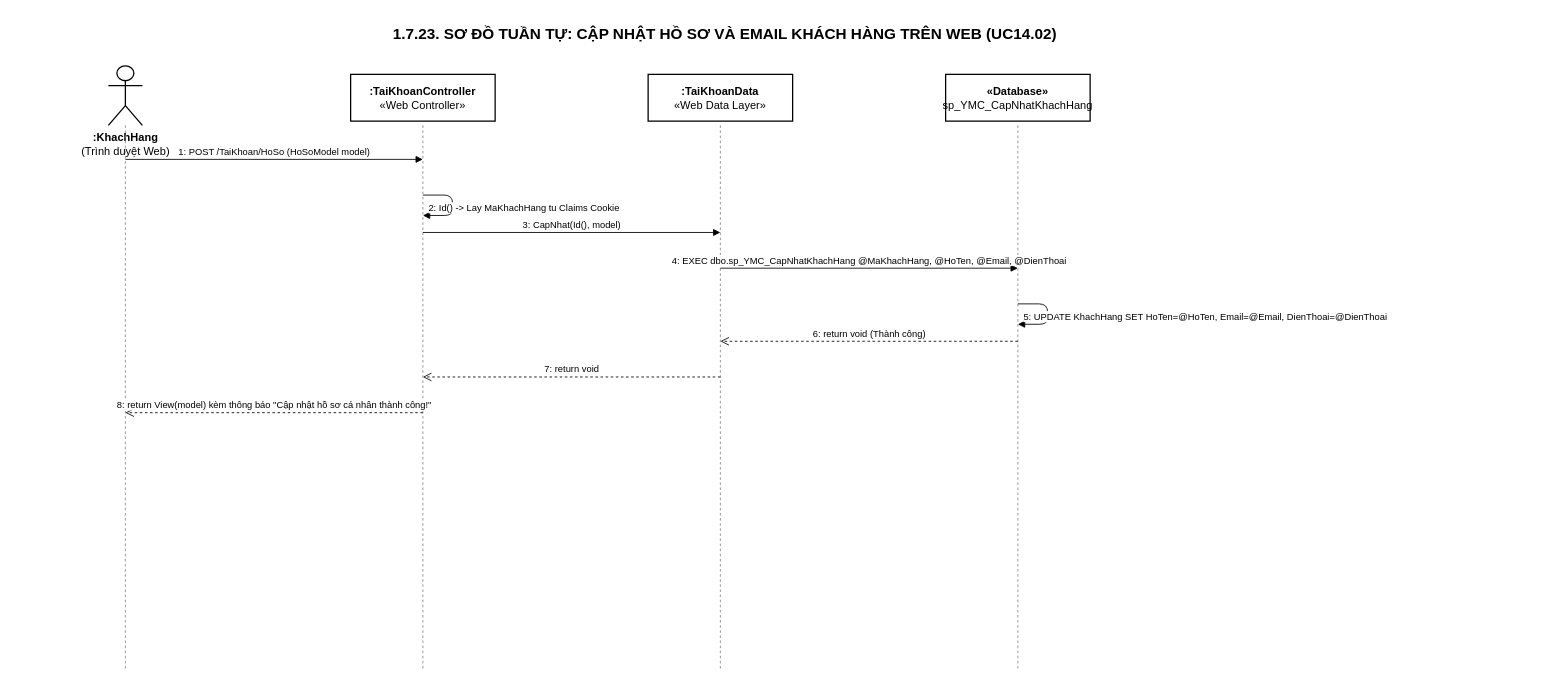
Earlier version of the draw.io diagram Docs/Diagrams/23-Sequence-23-CapNhatHoSoWeb.drawio (ThanhDat-png/YeuMinhEmCinema). Source tidied: cells renumbered, new cells numbered last; positions are measured from the earlier drawing's top-left corner, leaving out a move shared by most shapes. Both pictures are drawn from the tidied source at 85%, with x=0, y=0 at pixel (31, 19).
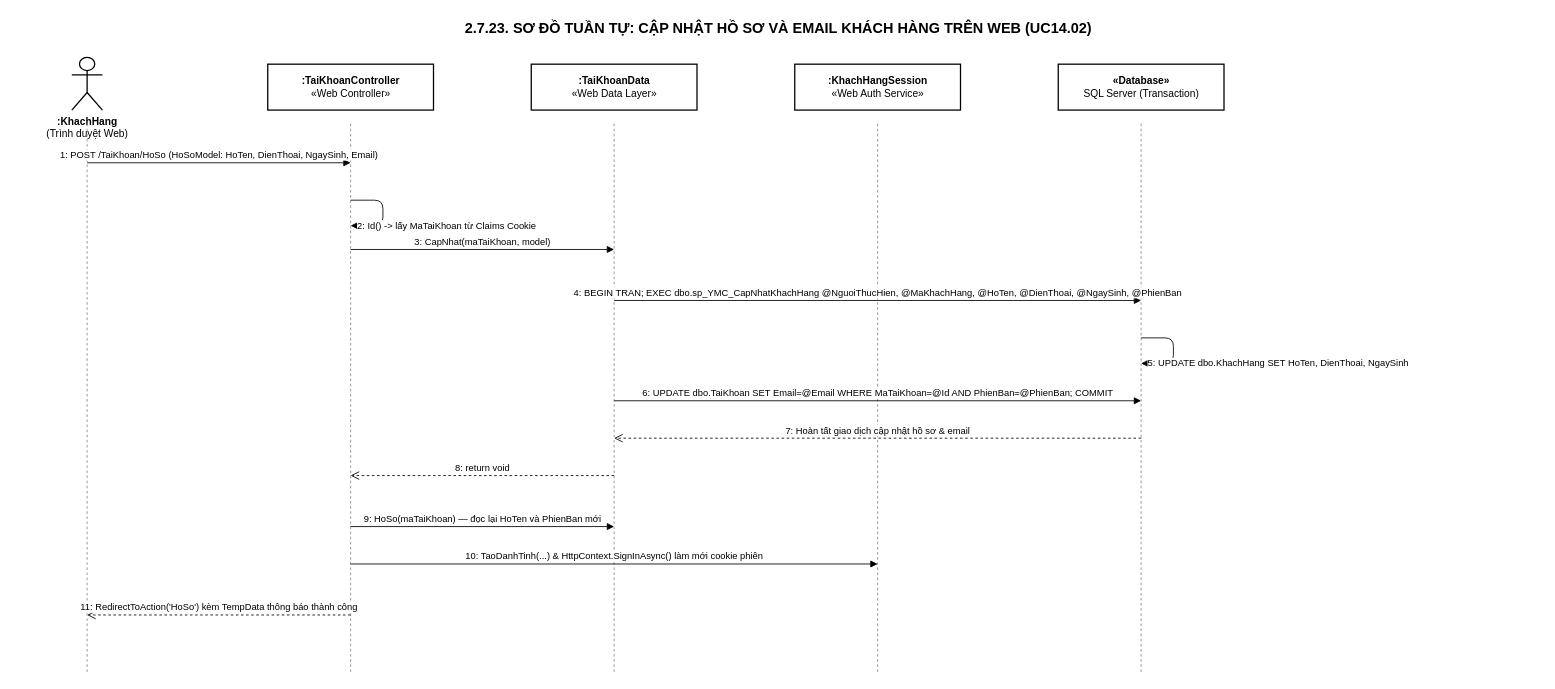
The same page after the edit.

Change to the diagram source:
```diff
@@
-    <mxCell id="2" value="1.7.23. SƠ ĐỒ TUẦN TỰ: CẬP NHẬT HỒ SƠ VÀ EMAIL KHÁCH HÀNG TRÊN WEB (UC14.02)" style="text;html=1;align=center;verticalAlign=middle;fontFamily=Arial;fontSize=18;fontStyle=1;fontColor=#000000;fillColor=none;strokeColor=none;" parent="1" vertex="1">
-      <mxGeometry width="1630" height="35" as="geometry" />
+    <mxCell id="2" value="2.7.23. SƠ ĐỒ TUẦN TỰ: CẬP NHẬT HỒ SƠ VÀ EMAIL KHÁCH HÀNG TRÊN WEB (UC14.02)" style="text;html=1;align=center;verticalAlign=middle;fontFamily=Arial;fontSize=17;fontStyle=1;fontColor=#000000;fillColor=none;strokeColor=none;" parent="1" vertex="1">
+      <mxGeometry x="-20" y="-5" width="1795" height="34" as="geometry" />
     </mxCell>
-    <mxCell id="3" value="&lt;b&gt;:KhachHang&lt;/b&gt;&lt;br&gt;(Trình duyệt Web)" style="shape=umlActor;verticalLabelPosition=bottom;verticalAlign=top;html=1;fontFamily=Arial;fontSize=13;fontColor=#000000;strokeColor=#000000;strokeWidth=1.5;fillColor=#ffffff;" parent="1" vertex="1">
-      <mxGeometry x="90" y="55" width="40" height="70" as="geometry" />
+    <mxCell id="3" value="&lt;b&gt;:KhachHang&lt;/b&gt;&lt;br&gt;(Trình duyệt Web)" style="shape=umlActor;verticalLabelPosition=bottom;verticalAlign=top;html=1;fontFamily=Arial;fontSize=12;fontColor=#000000;strokeColor=#000000;strokeWidth=1.5;fillColor=#ffffff;" parent="1" vertex="1">
+      <mxGeometry x="47" y="45" width="36" height="62" as="geometry" />
     </mxCell>
-    <mxCell id="4" style="line;strokeWidth=1;dashed=1;labelPosition=top;verticalLabelPosition=bottom;align=center;verticalAlign=top;strokeColor=#888888;direction=south;" parent="1" vertex="1">
-      <mxGeometry x="105" y="125" width="10" height="640" as="geometry" />
-    </mxCell>
+    <mxCell id="19" style="line;strokeWidth=1;dashed=1;strokeColor=#888888;direction=south;" parent="1" vertex="1">
+      <mxGeometry x="60" y="123" width="10" height="647" as="geometry" />
+    </mxCell>
-    <mxCell id="5" value="&lt;b&gt;:TaiKhoanController&lt;/b&gt;&lt;br&gt;«Web Controller»" style="rounded=0;whiteSpace=wrap;html=1;fontFamily=Arial;fontSize=13;fillColor=#ffffff;strokeColor=#000000;strokeWidth=1.5;fontColor=#000000;" parent="1" vertex="1">
-      <mxGeometry x="375" y="65" width="170" height="55" as="geometry" />
+    <mxCell id="5" value="&lt;b&gt;:TaiKhoanController&lt;/b&gt;&lt;br&gt;«Web Controller»" style="rounded=0;whiteSpace=wrap;html=1;fontFamily=Arial;fontSize=12;fillColor=#ffffff;strokeColor=#000000;strokeWidth=1.5;fontColor=#000000;" parent="1" vertex="1">
+      <mxGeometry x="277.5" y="53" width="195" height="54" as="geometry" />
     </mxCell>
-    <mxCell id="6" style="line;strokeWidth=1;dashed=1;labelPosition=top;verticalLabelPosition=bottom;align=center;verticalAlign=top;strokeColor=#888888;direction=south;" parent="1" vertex="1">
-      <mxGeometry x="455" y="125" width="10" height="640" as="geometry" />
-    </mxCell>
+    <mxCell id="20" style="line;strokeWidth=1;dashed=1;strokeColor=#888888;direction=south;" parent="1" vertex="1">
+      <mxGeometry x="370" y="123" width="10" height="647" as="geometry" />
+    </mxCell>
-    <mxCell id="7" value="&lt;b&gt;:TaiKhoanData&lt;/b&gt;&lt;br&gt;«Web Data Layer»" style="rounded=0;whiteSpace=wrap;html=1;fontFamily=Arial;fontSize=13;fillColor=#ffffff;strokeColor=#000000;strokeWidth=1.5;fontColor=#000000;" parent="1" vertex="1">
-      <mxGeometry x="725" y="65" width="170" height="55" as="geometry" />
+    <mxCell id="7" value="&lt;b&gt;:TaiKhoanData&lt;/b&gt;&lt;br&gt;«Web Data Layer»" style="rounded=0;whiteSpace=wrap;html=1;fontFamily=Arial;fontSize=12;fillColor=#ffffff;strokeColor=#000000;strokeWidth=1.5;fontColor=#000000;" parent="1" vertex="1">
+      <mxGeometry x="587.5" y="53" width="195" height="54" as="geometry" />
     </mxCell>
-    <mxCell id="8" style="line;strokeWidth=1;dashed=1;labelPosition=top;verticalLabelPosition=bottom;align=center;verticalAlign=top;strokeColor=#888888;direction=south;" parent="1" vertex="1">
-      <mxGeometry x="805" y="125" width="10" height="640" as="geometry" />
-    </mxCell>
-    <mxCell id="9" value="&lt;b&gt;«Database»&lt;/b&gt;&lt;br&gt;sp_YMC_CapNhatKhachHang" style="rounded=0;whiteSpace=wrap;html=1;fontFamily=Arial;fontSize=13;fillColor=#ffffff;strokeColor=#000000;strokeWidth=1.5;fontColor=#000000;" parent="1" vertex="1">
-      <mxGeometry x="1075" y="65" width="170" height="55" as="geometry" />
-    </mxCell>
-    <mxCell id="10" style="line;strokeWidth=1;dashed=1;labelPosition=top;verticalLabelPosition=bottom;align=center;verticalAlign=top;strokeColor=#888888;direction=south;" parent="1" vertex="1">
-      <mxGeometry x="1155" y="125" width="10" height="640" as="geometry" />
-    </mxCell>
-    <mxCell id="11" value="1: POST /TaiKhoan/HoSo (HoSoModel model)" style="html=1;verticalAlign=bottom;endArrow=block;strokeColor=#000000;fontFamily=Arial;fontSize=11;fontColor=#000000;" parent="1" edge="1">
-      <mxGeometry relative="1" as="geometry">
-        <mxPoint x="110" y="165" as="sourcePoint" />
-        <mxPoint x="460" y="165" as="targetPoint" />
-      </mxGeometry>
-    </mxCell>
+    <mxCell id="21" style="line;strokeWidth=1;dashed=1;strokeColor=#888888;direction=south;" parent="1" vertex="1">
+      <mxGeometry x="680" y="123" width="10" height="647" as="geometry" />
+    </mxCell>
+    <mxCell id="22" value="&lt;b&gt;:KhachHangSession&lt;/b&gt;&lt;br&gt;«Web Auth Service»" style="rounded=0;whiteSpace=wrap;html=1;fontFamily=Arial;fontSize=12;fillColor=#ffffff;strokeColor=#000000;strokeWidth=1.5;fontColor=#000000;" parent="1" vertex="1">
+      <mxGeometry x="897.5" y="53" width="195" height="54" as="geometry" />
+    </mxCell>
+    <mxCell id="23" style="line;strokeWidth=1;dashed=1;strokeColor=#888888;direction=south;" parent="1" vertex="1">
+      <mxGeometry x="990" y="123" width="10" height="647" as="geometry" />
+    </mxCell>
+    <mxCell id="24" value="&lt;b&gt;«Database»&lt;/b&gt;&lt;br&gt;SQL Server (Transaction)" style="rounded=0;whiteSpace=wrap;html=1;fontFamily=Arial;fontSize=12;fillColor=#ffffff;strokeColor=#000000;strokeWidth=1.5;fontColor=#000000;" parent="1" vertex="1">
+      <mxGeometry x="1207.5" y="53" width="195" height="54" as="geometry" />
+    </mxCell>
+    <mxCell id="25" style="line;strokeWidth=1;dashed=1;strokeColor=#888888;direction=south;" parent="1" vertex="1">
+      <mxGeometry x="1300" y="123" width="10" height="647" as="geometry" />
+    </mxCell>
-    <mxCell id="12" value="2: Id() -&gt; Lay MaKhachHang tu Claims Cookie" style="edgeStyle=orthogonalEdgeStyle;html=1;align=left;spacingLeft=5;verticalAlign=bottom;endArrow=block;strokeColor=#000000;fontFamily=Arial;fontSize=11;fontColor=#000000;" parent="1" edge="1">
-      <mxGeometry x="1" relative="1" as="geometry">
-        <mxPoint x="460" y="207" as="sourcePoint" />
-        <mxPoint x="460" y="231" as="targetPoint" />
-        <Array as="points">
-          <mxPoint x="495" y="207" />
-          <mxPoint x="495" y="231" />
-        </Array>
+    <mxCell id="12" value="1: POST /TaiKhoan/HoSo (HoSoModel: HoTen, DienThoai, NgaySinh, Email)" style="html=1;verticalAlign=bottom;endArrow=block;strokeColor=#000000;fontFamily=Arial;fontSize=11;fontColor=#000000;" parent="1" edge="1">
+      <mxGeometry relative="1" as="geometry">
+        <mxPoint x="65" y="169" as="sourcePoint" />
+        <mxPoint x="375" y="169" as="targetPoint" />
       </mxGeometry>
     </mxCell>
-    <mxCell id="13" value="3: CapNhat(Id(), model)" style="html=1;verticalAlign=bottom;endArrow=block;strokeColor=#000000;fontFamily=Arial;fontSize=11;fontColor=#000000;" parent="1" edge="1">
-      <mxGeometry relative="1" as="geometry">
-        <mxPoint x="460" y="251" as="sourcePoint" />
-        <mxPoint x="810" y="251" as="targetPoint" />
+    <mxCell id="13" value="2: Id() -&gt; lấy MaTaiKhoan từ Claims Cookie" style="edgeStyle=orthogonalEdgeStyle;html=1;align=left;spacingLeft=6;verticalAlign=middle;endArrow=block;strokeColor=#000000;fontFamily=Arial;fontSize=11;fontColor=#000000;" parent="1" edge="1">
+      <mxGeometry x="1" relative="1" as="geometry">
+        <mxPoint x="375" y="213" as="sourcePoint" />
+        <mxPoint x="375" y="243" as="targetPoint" />
+        <Array as="points">
+          <mxPoint x="413" y="213" />
+          <mxPoint x="413" y="243" />
+        </Array>
       </mxGeometry>
     </mxCell>
-    <mxCell id="14" value="4: EXEC dbo.sp_YMC_CapNhatKhachHang @MaKhachHang, @HoTen, @Email, @DienThoai" style="html=1;verticalAlign=bottom;endArrow=block;strokeColor=#000000;fontFamily=Arial;fontSize=11;fontColor=#000000;" parent="1" edge="1">
+    <mxCell id="14" value="3: CapNhat(maTaiKhoan, model)" style="html=1;verticalAlign=bottom;endArrow=block;strokeColor=#000000;fontFamily=Arial;fontSize=11;fontColor=#000000;" parent="1" edge="1">
       <mxGeometry relative="1" as="geometry">
-        <mxPoint x="810" y="293" as="sourcePoint" />
-        <mxPoint x="1160" y="293" as="targetPoint" />
+        <mxPoint x="375" y="271" as="sourcePoint" />
+        <mxPoint x="685" y="271" as="targetPoint" />
       </mxGeometry>
     </mxCell>
-    <mxCell id="15" value="5: UPDATE KhachHang SET HoTen=@HoTen, Email=@Email, DienThoai=@DienThoai" style="edgeStyle=orthogonalEdgeStyle;html=1;align=left;spacingLeft=5;verticalAlign=bottom;endArrow=block;strokeColor=#000000;fontFamily=Arial;fontSize=11;fontColor=#000000;" parent="1" edge="1">
-      <mxGeometry x="1" relative="1" as="geometry">
-        <mxPoint x="1160" y="335" as="sourcePoint" />
-        <mxPoint x="1160" y="359" as="targetPoint" />
-        <Array as="points">
-          <mxPoint x="1195" y="335" />
-          <mxPoint x="1195" y="359" />
-        </Array>
+    <mxCell id="15" value="4: BEGIN TRAN; EXEC dbo.sp_YMC_CapNhatKhachHang @NguoiThucHien, @MaKhachHang, @HoTen, @DienThoai, @NgaySinh, @PhienBan" style="html=1;verticalAlign=bottom;endArrow=block;strokeColor=#000000;fontFamily=Arial;fontSize=11;fontColor=#000000;" parent="1" edge="1">
+      <mxGeometry relative="1" as="geometry">
+        <mxPoint x="685" y="331" as="sourcePoint" />
+        <mxPoint x="1305" y="331" as="targetPoint" />
       </mxGeometry>
     </mxCell>
-    <mxCell id="16" value="6: return void (Thành công)" style="html=1;verticalAlign=bottom;endArrow=open;dashed=1;endSize=8;strokeColor=#000000;fontFamily=Arial;fontSize=11;fontColor=#000000;" parent="1" edge="1">
-      <mxGeometry relative="1" as="geometry">
-        <mxPoint x="1160" y="379" as="sourcePoint" />
-        <mxPoint x="810" y="379" as="targetPoint" />
+    <mxCell id="16" value="5: UPDATE dbo.KhachHang SET HoTen, DienThoai, NgaySinh" style="edgeStyle=orthogonalEdgeStyle;html=1;align=left;spacingLeft=6;verticalAlign=middle;endArrow=block;strokeColor=#000000;fontFamily=Arial;fontSize=11;fontColor=#000000;" parent="1" edge="1">
+      <mxGeometry x="1" relative="1" as="geometry">
+        <mxPoint x="1305" y="375" as="sourcePoint" />
+        <mxPoint x="1305" y="405" as="targetPoint" />
+        <Array as="points">
+          <mxPoint x="1343" y="375" />
+          <mxPoint x="1343" y="405" />
+        </Array>
       </mxGeometry>
     </mxCell>
-    <mxCell id="17" value="7: return void" style="html=1;verticalAlign=bottom;endArrow=open;dashed=1;endSize=8;strokeColor=#000000;fontFamily=Arial;fontSize=11;fontColor=#000000;" parent="1" edge="1">
+    <mxCell id="17" value="6: UPDATE dbo.TaiKhoan SET Email=@Email WHERE MaTaiKhoan=@Id AND PhienBan=@PhienBan; COMMIT" style="html=1;verticalAlign=bottom;endArrow=block;strokeColor=#000000;fontFamily=Arial;fontSize=11;fontColor=#000000;" parent="1" edge="1">
       <mxGeometry relative="1" as="geometry">
-        <mxPoint x="810" y="421" as="sourcePoint" />
-        <mxPoint x="460" y="421" as="targetPoint" />
+        <mxPoint x="685" y="449" as="sourcePoint" />
+        <mxPoint x="1305" y="449" as="targetPoint" />
       </mxGeometry>
     </mxCell>
-    <mxCell id="18" value="8: return View(model) kèm thông báo &quot;Cập nhật hồ sơ cá nhân thành công!&quot;" style="html=1;verticalAlign=bottom;endArrow=open;dashed=1;endSize=8;strokeColor=#000000;fontFamily=Arial;fontSize=11;fontColor=#000000;" parent="1" edge="1">
+    <mxCell id="18" value="7: Hoàn tất giao dịch cập nhật hồ sơ &amp; email" style="html=1;verticalAlign=bottom;endArrow=open;dashed=1;endSize=8;strokeColor=#000000;fontFamily=Arial;fontSize=11;fontColor=#000000;" parent="1" edge="1">
       <mxGeometry relative="1" as="geometry">
-        <mxPoint x="460" y="463" as="sourcePoint" />
-        <mxPoint x="110" y="463" as="targetPoint" />
+        <mxPoint x="1305" y="493" as="sourcePoint" />
+        <mxPoint x="685" y="493" as="targetPoint" />
       </mxGeometry>
     </mxCell>
+    <mxCell id="26" value="8: return void" style="html=1;verticalAlign=bottom;endArrow=open;dashed=1;endSize=8;strokeColor=#000000;fontFamily=Arial;fontSize=11;fontColor=#000000;" parent="1" edge="1">
+      <mxGeometry relative="1" as="geometry">
+        <mxPoint x="685" y="537" as="sourcePoint" />
+        <mxPoint x="375" y="537" as="targetPoint" />
+      </mxGeometry>
+    </mxCell>
+    <mxCell id="27" value="9: HoSo(maTaiKhoan) — đọc lại HoTen và PhienBan mới" style="html=1;verticalAlign=bottom;endArrow=block;strokeColor=#000000;fontFamily=Arial;fontSize=11;fontColor=#000000;" parent="1" edge="1">
+      <mxGeometry relative="1" as="geometry">
+        <mxPoint x="375" y="597" as="sourcePoint" />
+        <mxPoint x="685" y="597" as="targetPoint" />
+      </mxGeometry>
+    </mxCell>
+    <mxCell id="28" value="10: TaoDanhTinh(...) &amp; HttpContext.SignInAsync() làm mới cookie phiên" style="html=1;verticalAlign=bottom;endArrow=block;strokeColor=#000000;fontFamily=Arial;fontSize=11;fontColor=#000000;" parent="1" edge="1">
+      <mxGeometry relative="1" as="geometry">
+        <mxPoint x="375" y="641" as="sourcePoint" />
+        <mxPoint x="995" y="641" as="targetPoint" />
+      </mxGeometry>
+    </mxCell>
+    <mxCell id="29" value="11: RedirectToAction('HoSo') kèm TempData thông báo thành công" style="html=1;verticalAlign=bottom;endArrow=open;dashed=1;endSize=8;strokeColor=#000000;fontFamily=Arial;fontSize=11;fontColor=#000000;" parent="1" edge="1">
+      <mxGeometry relative="1" as="geometry">
+        <mxPoint x="375" y="701" as="sourcePoint" />
+        <mxPoint x="65" y="701" as="targetPoint" />
+      </mxGeometry>
+    </mxCell>
```
